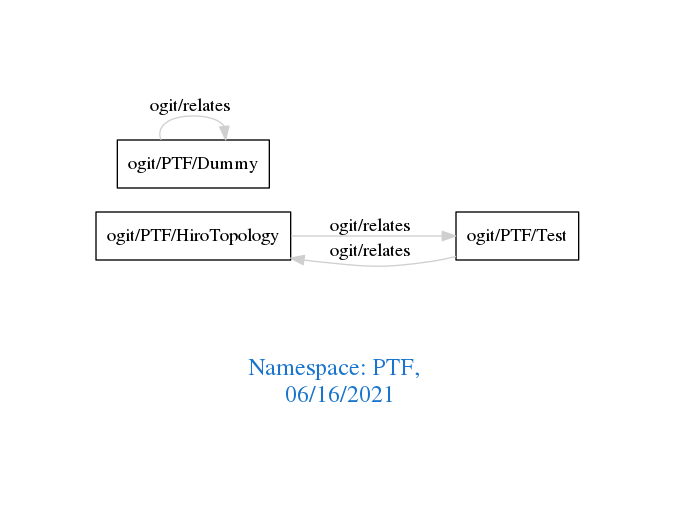
This is downloads/PTF.png from arago/OGIT, a Graphviz export, as it was before one commit. Its source is kept beside it as downloads/PTF.dot.
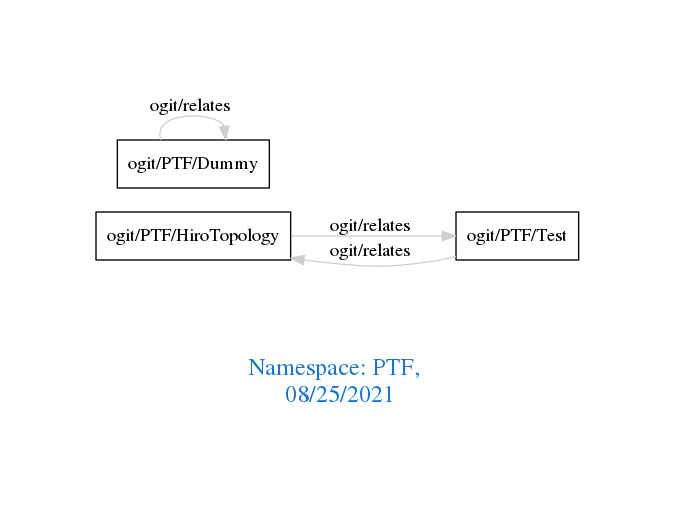
After the commit.

What changed in the source:
```diff
@@ -1,7 +1,7 @@
 digraph OGIT_ontology {
  graph [ rankdir= LR,pad=1
 fontsize = 18,
-fontcolor= dodgerblue3,label = "\n\n\nNamespace: PTF, \n 06/16/2021"];
+fontcolor= dodgerblue3,label = "\n\n\nNamespace: PTF, \n 08/25/2021"];
 node[shape=polygon];
 edge [  color="gray81"];
 
```
